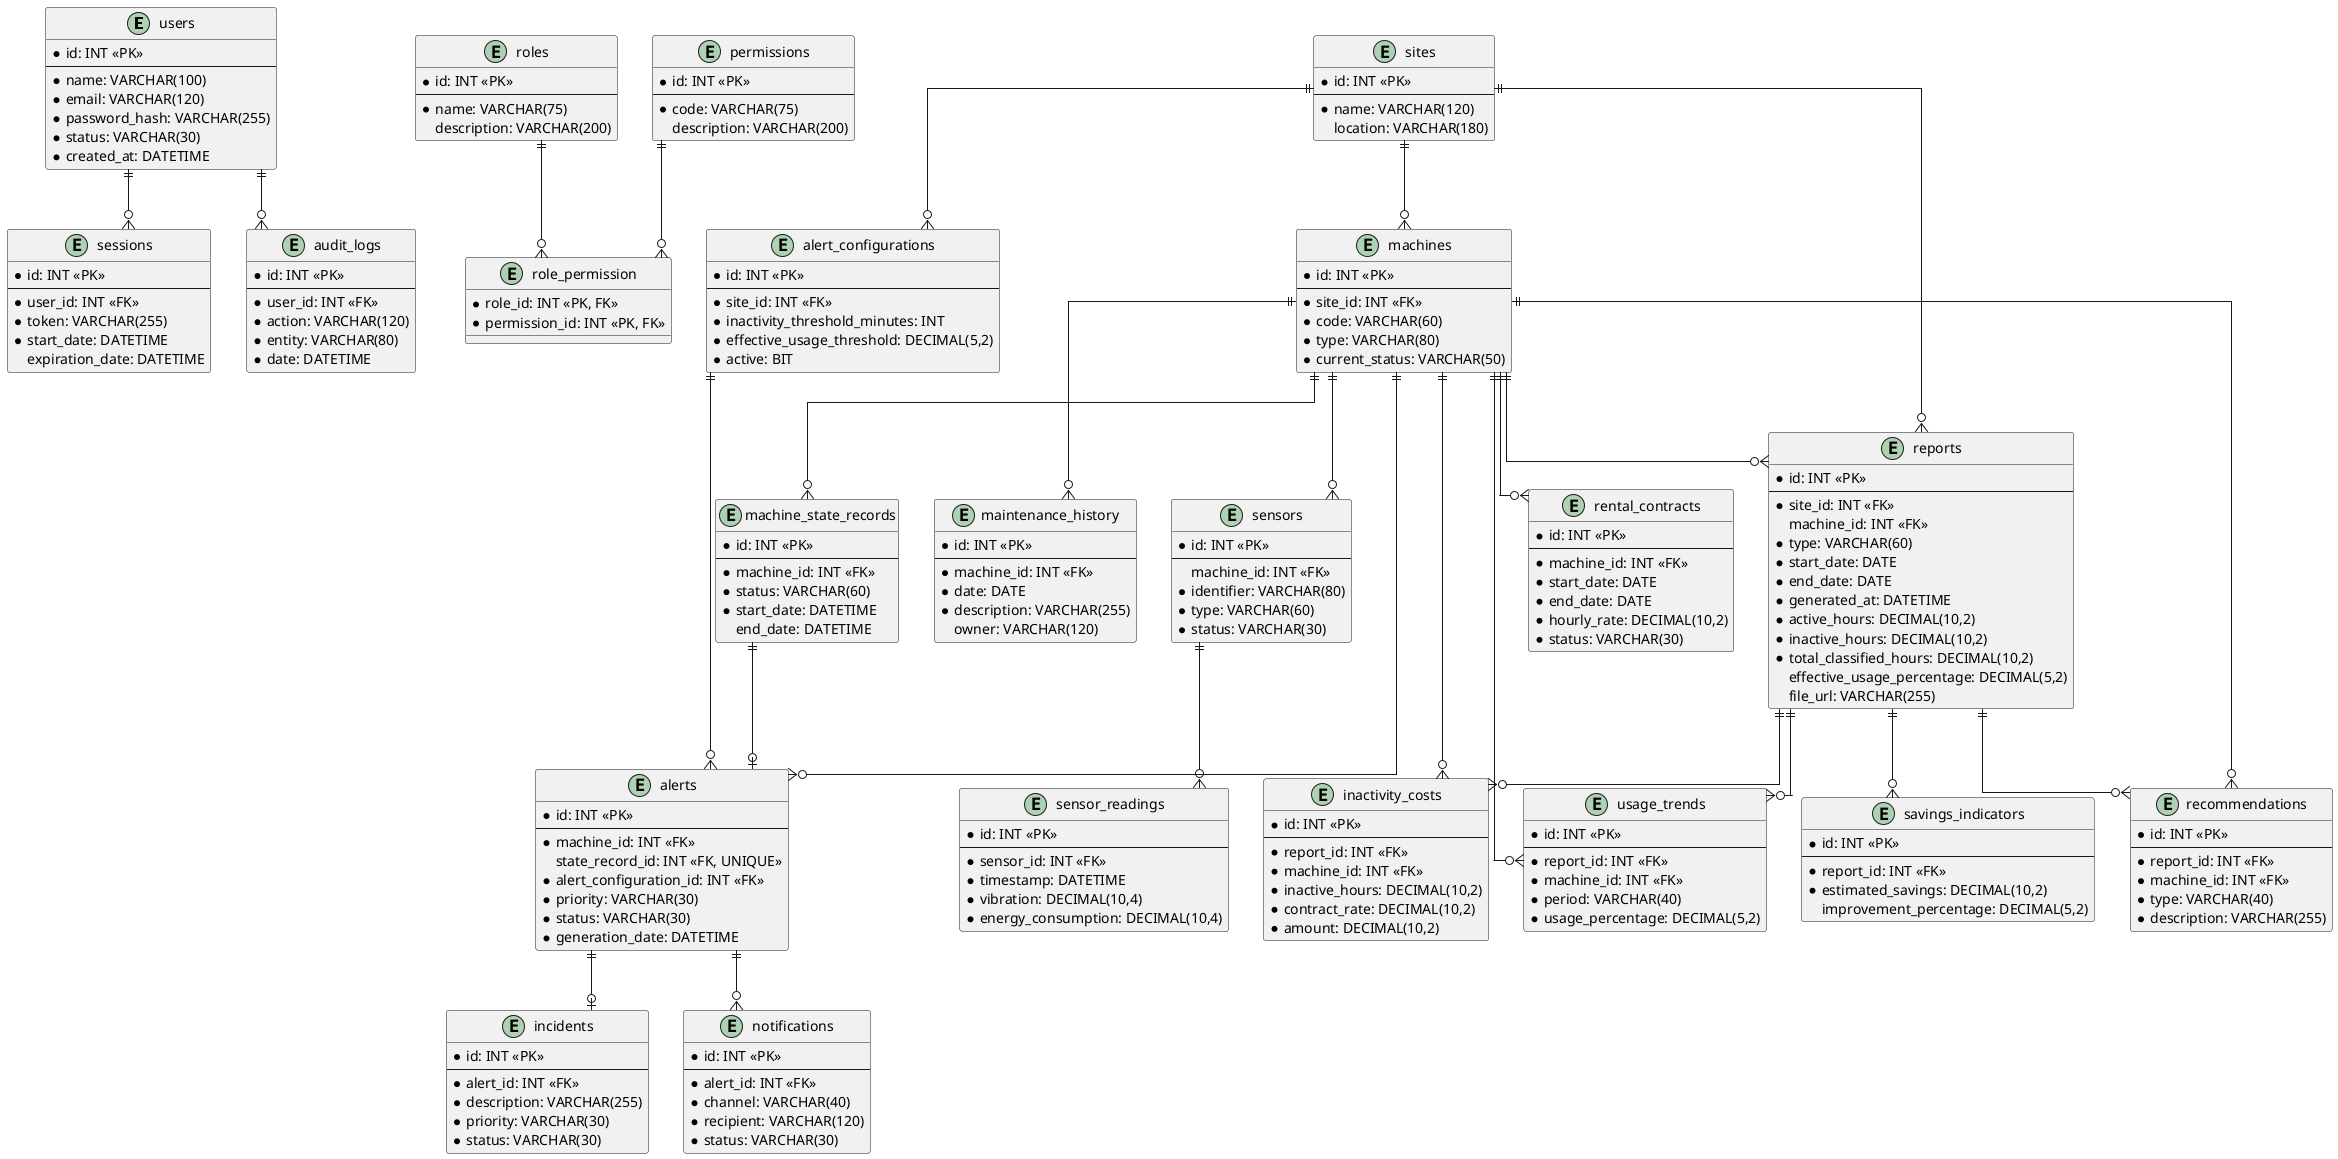
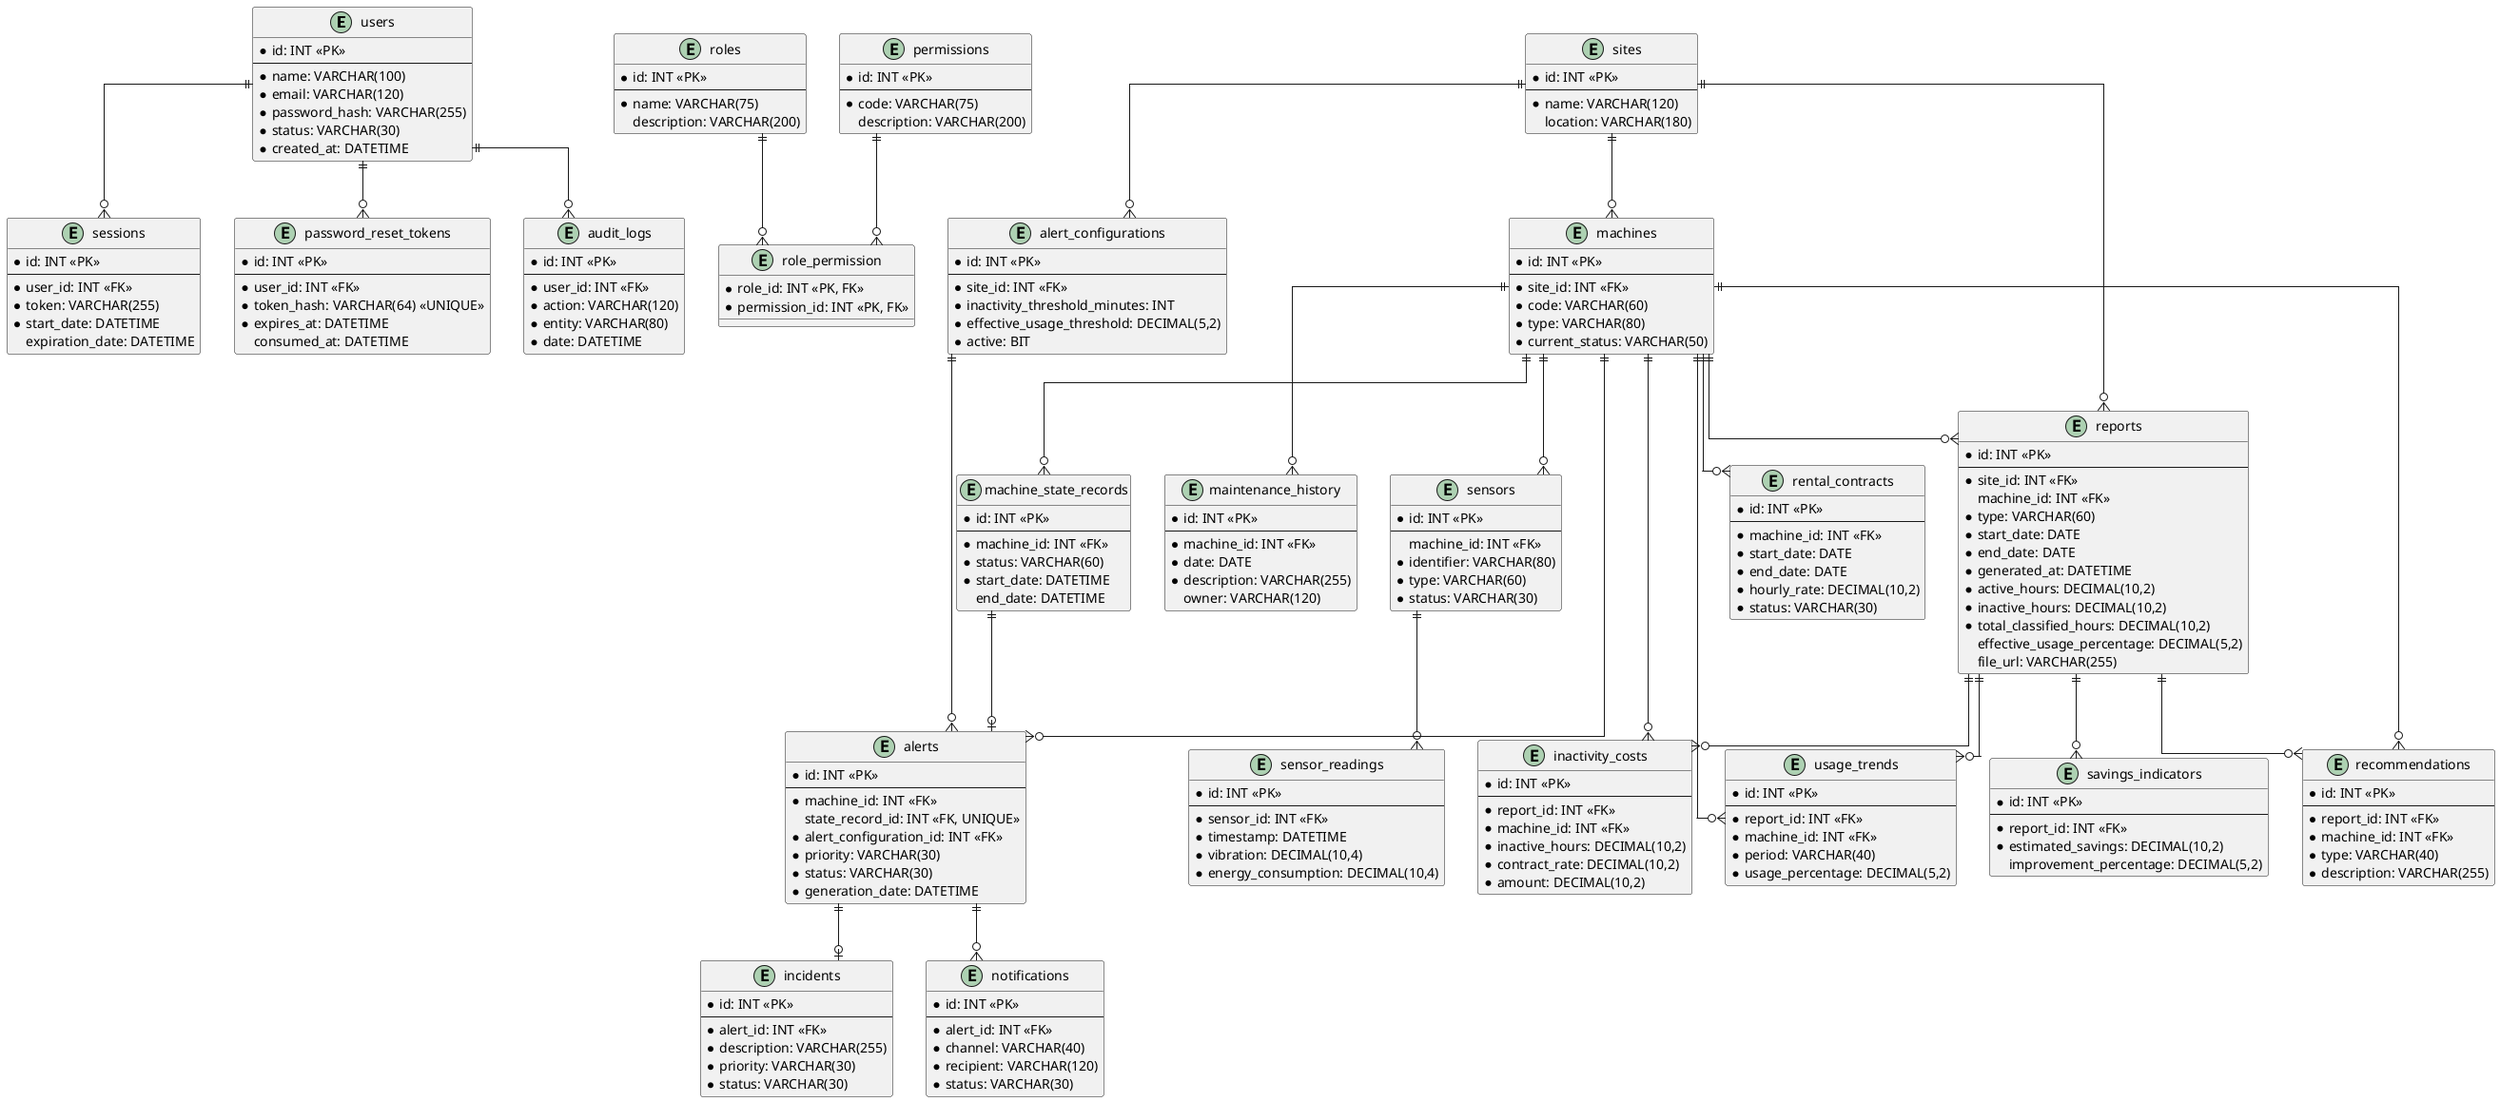
@startuml "ERD: WorkMeter"
skinparam linetype ortho

entity users {
    *id: INT <<PK>>
    --
    *name: VARCHAR(100)
    *email: VARCHAR(120)
    *password_hash: VARCHAR(255)
    *status: VARCHAR(30)
    *created_at: DATETIME
}
entity roles {
    *id: INT <<PK>>
    --
    *name: VARCHAR(75)
    description: VARCHAR(200)
}
entity permissions {
    *id: INT <<PK>>
    --
    *code: VARCHAR(75)
    description: VARCHAR(200)
}
entity role_permission {
    *role_id: INT <<PK, FK>>
    *permission_id: INT <<PK, FK>>
}
entity sessions {
    *id: INT <<PK>>
    --
    *user_id: INT <<FK>>
    *token: VARCHAR(255)
    *start_date: DATETIME
    expiration_date: DATETIME
+ }
+ entity password_reset_tokens {
+     *id: INT <<PK>>
+     --
+     *user_id: INT <<FK>>
+     *token_hash: VARCHAR(64) <<UNIQUE>>
+     *expires_at: DATETIME
+     consumed_at: DATETIME
}
entity audit_logs {
    *id: INT <<PK>>
    --
    *user_id: INT <<FK>>
    *action: VARCHAR(120)
    *entity: VARCHAR(80)
    *date: DATETIME
}
entity sites {
    *id: INT <<PK>>
    --
    *name: VARCHAR(120)
    location: VARCHAR(180)
}
entity machines {
    *id: INT <<PK>>
    --
    *site_id: INT <<FK>>
    *code: VARCHAR(60)
    *type: VARCHAR(80)
    *current_status: VARCHAR(50)
}
entity rental_contracts {
    *id: INT <<PK>>
    --
    *machine_id: INT <<FK>>
    *start_date: DATE
    *end_date: DATE
    *hourly_rate: DECIMAL(10,2)
    *status: VARCHAR(30)
}
entity sensors {
    *id: INT <<PK>>
    --
    machine_id: INT <<FK>>
    *identifier: VARCHAR(80)
    *type: VARCHAR(60)
    *status: VARCHAR(30)
}
entity sensor_readings {
    *id: INT <<PK>>
    --
    *sensor_id: INT <<FK>>
    *timestamp: DATETIME
    *vibration: DECIMAL(10,4)
    *energy_consumption: DECIMAL(10,4)
}
entity machine_state_records {
    *id: INT <<PK>>
    --
    *machine_id: INT <<FK>>
    *status: VARCHAR(60)
    *start_date: DATETIME
    end_date: DATETIME
}
entity alert_configurations {
    *id: INT <<PK>>
    --
    *site_id: INT <<FK>>
    *inactivity_threshold_minutes: INT
    *effective_usage_threshold: DECIMAL(5,2)
    *active: BIT
}
entity alerts {
    *id: INT <<PK>>
    --
    *machine_id: INT <<FK>>
    state_record_id: INT <<FK, UNIQUE>>
    *alert_configuration_id: INT <<FK>>
    *priority: VARCHAR(30)
    *status: VARCHAR(30)
    *generation_date: DATETIME
}
entity incidents {
    *id: INT <<PK>>
    --
    *alert_id: INT <<FK>>
    *description: VARCHAR(255)
    *priority: VARCHAR(30)
    *status: VARCHAR(30)
}
entity notifications {
    *id: INT <<PK>>
    --
    *alert_id: INT <<FK>>
    *channel: VARCHAR(40)
    *recipient: VARCHAR(120)
    *status: VARCHAR(30)
}
entity reports {
    *id: INT <<PK>>
    --
    *site_id: INT <<FK>>
    machine_id: INT <<FK>>
    *type: VARCHAR(60)
    *start_date: DATE
    *end_date: DATE
    *generated_at: DATETIME
    *active_hours: DECIMAL(10,2)
    *inactive_hours: DECIMAL(10,2)
    *total_classified_hours: DECIMAL(10,2)
    effective_usage_percentage: DECIMAL(5,2)
    file_url: VARCHAR(255)
}
entity inactivity_costs {
    *id: INT <<PK>>
    --
    *report_id: INT <<FK>>
    *machine_id: INT <<FK>>
    *inactive_hours: DECIMAL(10,2)
    *contract_rate: DECIMAL(10,2)
    *amount: DECIMAL(10,2)
}
entity savings_indicators {
    *id: INT <<PK>>
    --
    *report_id: INT <<FK>>
    *estimated_savings: DECIMAL(10,2)
    improvement_percentage: DECIMAL(5,2)
}
entity usage_trends {
    *id: INT <<PK>>
    --
    *report_id: INT <<FK>>
    *machine_id: INT <<FK>>
    *period: VARCHAR(40)
    *usage_percentage: DECIMAL(5,2)
}
entity recommendations {
    *id: INT <<PK>>
    --
    *report_id: INT <<FK>>
    *machine_id: INT <<FK>>
    *type: VARCHAR(40)
    *description: VARCHAR(255)
}
entity maintenance_history {
    *id: INT <<PK>>
    --
    *machine_id: INT <<FK>>
    *date: DATE
    *description: VARCHAR(255)
    owner: VARCHAR(120)
}

roles ||--o{ role_permission
permissions ||--o{ role_permission
users ||--o{ sessions
+ users ||--o{ password_reset_tokens
users ||--o{ audit_logs
sites ||--o{ machines
sites ||--o{ alert_configurations
machines ||--o{ rental_contracts
machines ||--o{ sensors
sensors ||--o{ sensor_readings
machines ||--o{ machine_state_records
alert_configurations ||--o{ alerts
machines ||--o{ alerts
machine_state_records ||--o| alerts
alerts ||--o| incidents
alerts ||--o{ notifications
sites ||--o{ reports
machines ||--o{ reports
reports ||--o{ inactivity_costs
reports ||--o{ savings_indicators
reports ||--o{ usage_trends
reports ||--o{ recommendations
machines ||--o{ inactivity_costs
machines ||--o{ usage_trends
machines ||--o{ recommendations
machines ||--o{ maintenance_history
@enduml
